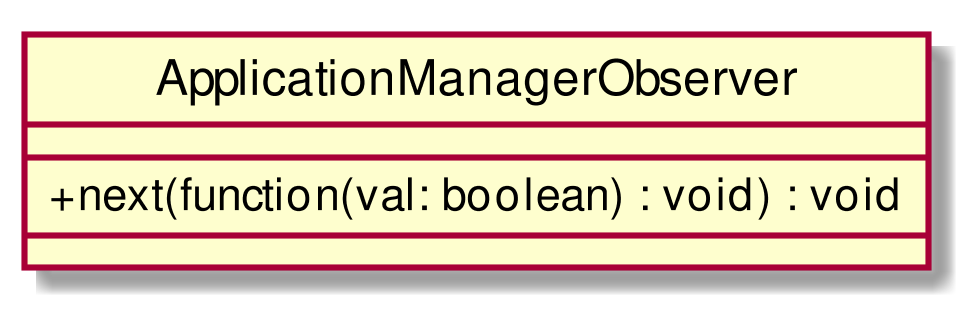
Above: RP/Esterni/DefinizioneDiProdotto/images/ClassApplicationManagerObserver.png in CoCodeSWE/Docs (PlantUML), before the change. The source it was exported from:
```plantuml
@startuml
scale 1000*1000
skinparam classAttributeIconSize 0
class ApplicationManagerObserver{
__
+ next(function(val: boolean) : void) : void
__

}
hide circle
@enduml
```
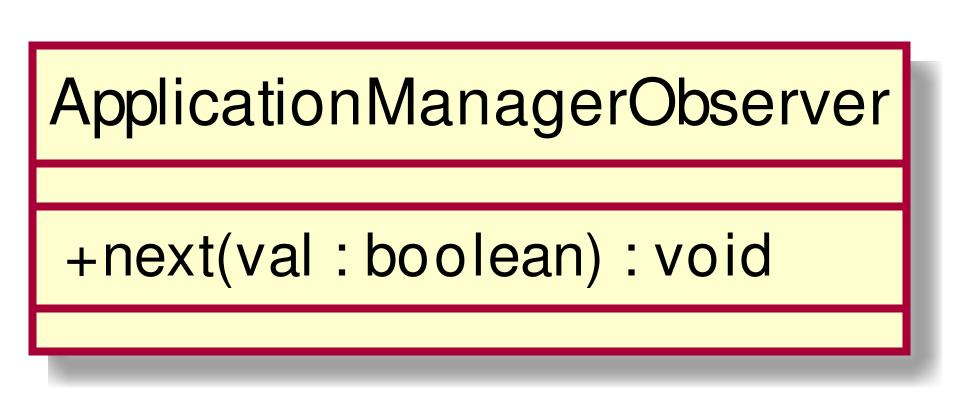
After the commit.

Diff of the diagram source:
```diff
@@ -3,7 +3,7 @@
 skinparam classAttributeIconSize 0
 class ApplicationManagerObserver{
 __
-+ next(function(val: boolean) : void) : void
++ next(val : boolean) : void
 __
 
 }
```
